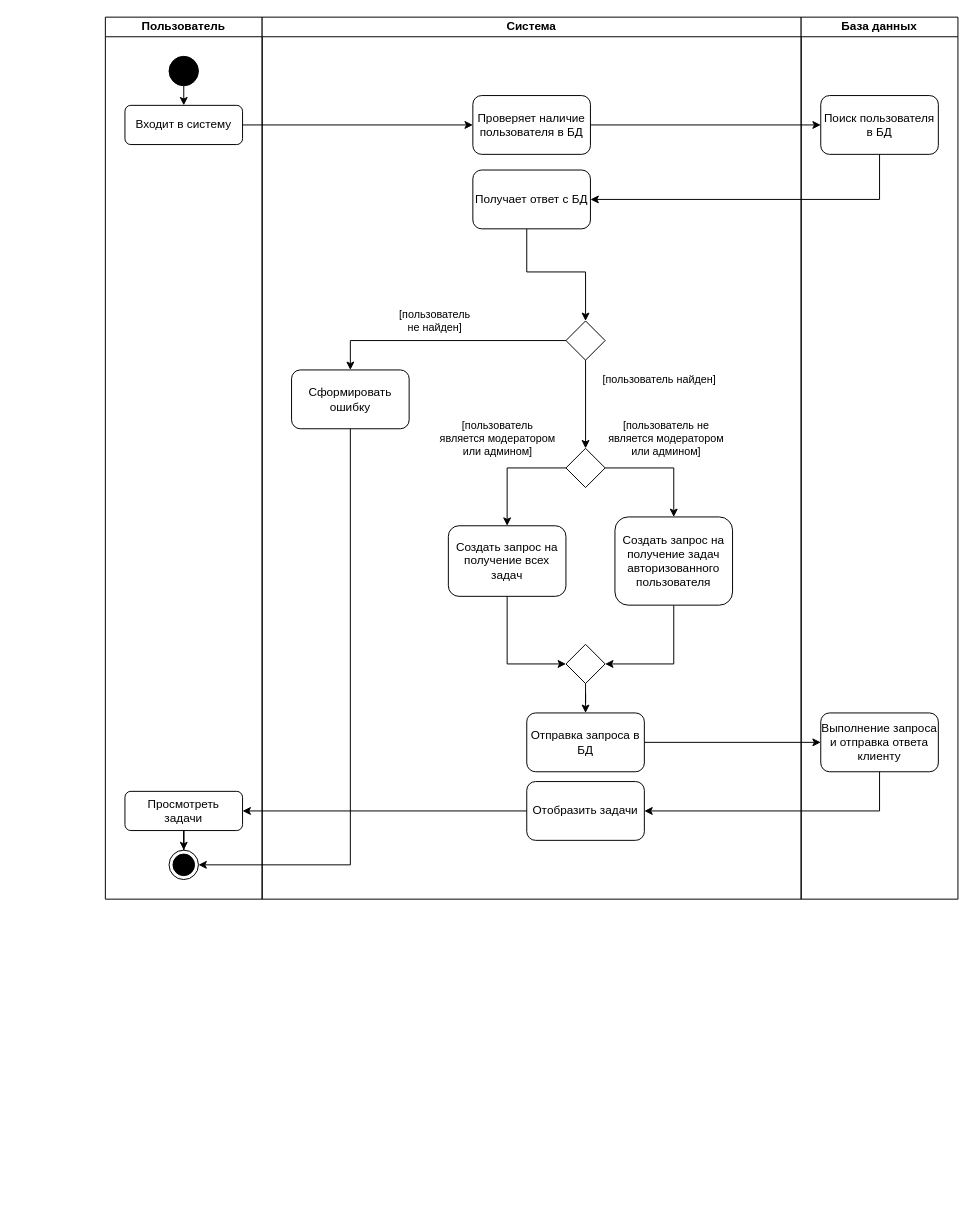
The draw.io diagram page "Диаграмма деятельности" (4 of 6) of UML/UML_diagrams.drawio in ktoToGdeTo/BachelorDiploma, before the edit. Source tidied: cells renumbered, new cells numbered last; positions are measured from the earlier drawing's top-left corner, leaving out a move shared by most shapes. Both pictures are drawn from the tidied source at 98%, with x=0, y=0 at pixel (105, 17).
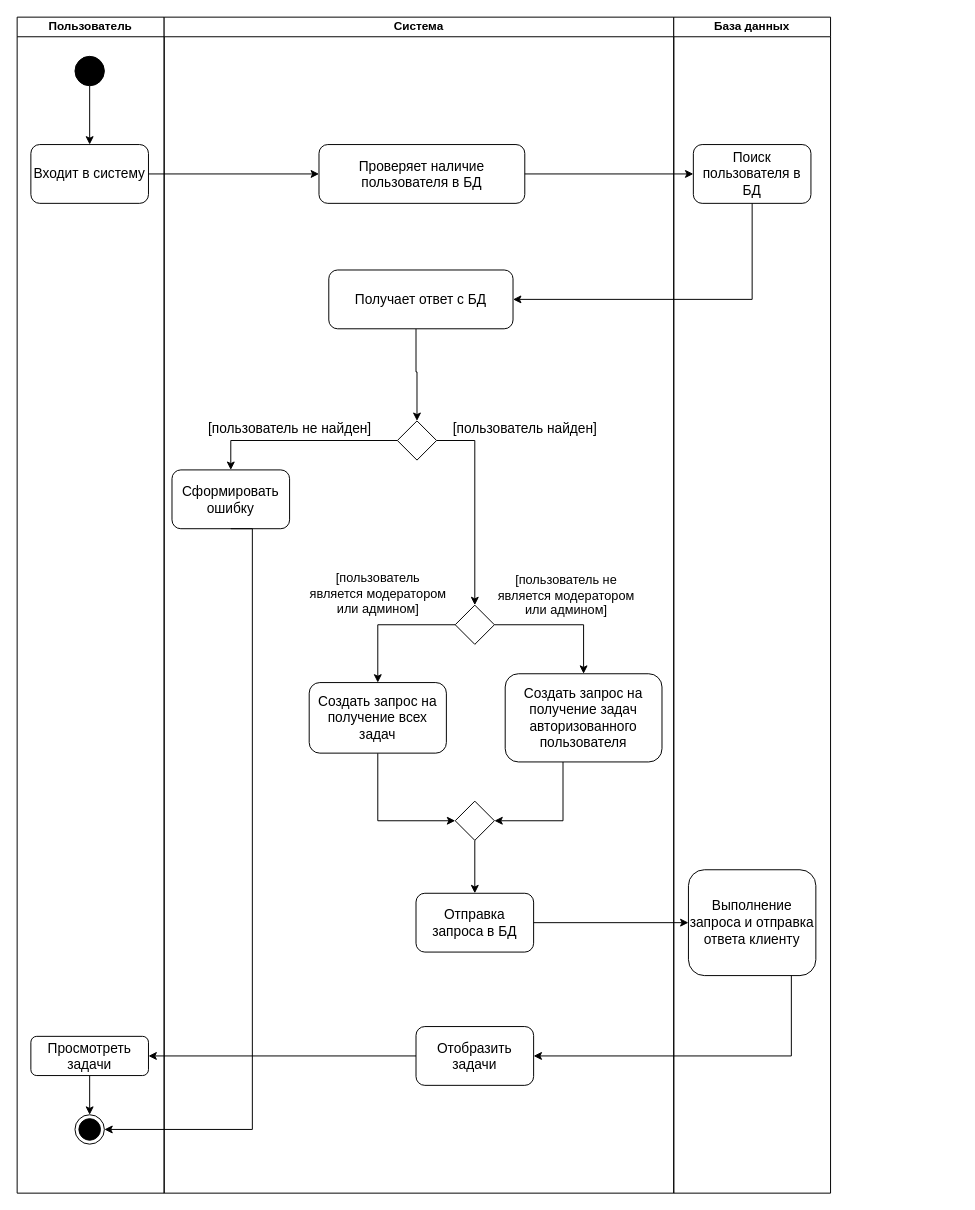
Above is the later version.

Diff of the diagram source:
```diff
@@
-    <mxCell id="2" value="Пользователь" style="swimlane;startSize=20;whiteSpace=wrap;html=1;" parent="1" vertex="1">
-      <mxGeometry width="160" height="900" as="geometry" />
+    <mxCell id="2" value="Пользователь" style="swimlane;startSize=20;whiteSpace=wrap;html=1;fontSize=12;" parent="1" vertex="1">
+      <mxGeometry x="-90" width="150" height="1200" as="geometry" />
     </mxCell>
+    <mxCell id="4" style="ellipse;fillColor=strokeColor;html=1;fontSize=14;" parent="2" vertex="1">
+      <mxGeometry x="59" y="40" width="30" height="30" as="geometry" />
+    </mxCell>
-    <mxCell id="3" style="edgeStyle=orthogonalEdgeStyle;rounded=0;jettySize=auto;html=1;exitX=0.5;exitY=1;exitDx=0;exitDy=0;entryX=0.5;entryY=0;entryDx=0;entryDy=0;" parent="2" edge="1" source="4" target="5">
+    <mxCell id="3" style="edgeStyle=orthogonalEdgeStyle;rounded=0;jettySize=auto;html=1;exitX=0.5;exitY=1;exitDx=0;exitDy=0;entryX=0.5;entryY=0;entryDx=0;entryDy=0;fontSize=14;" parent="2" edge="1" source="4" target="5">
       <mxGeometry relative="1" as="geometry" />
     </mxCell>
-    <mxCell id="4" style="ellipse;fillColor=strokeColor;html=1;" parent="2" vertex="1">
-      <mxGeometry x="65" y="40" width="30" height="30" as="geometry" />
-    </mxCell>
-    <mxCell id="5" value="Входит в систему" style="rounded=1;whiteSpace=wrap;html=1;" parent="2" vertex="1">
-      <mxGeometry x="20" y="90" width="120" height="40" as="geometry" />
+    <mxCell id="5" value="Входит в систему" style="rounded=1;whiteSpace=wrap;html=1;fontSize=14;spacing=4;" parent="2" vertex="1">
+      <mxGeometry x="14" y="130" width="120" height="60" as="geometry" />
     </mxCell>
-    <mxCell id="6" value="Просмотреть задачи" style="rounded=1;whiteSpace=wrap;html=1;spacing=4;" parent="2" vertex="1">
-      <mxGeometry x="20" y="790" width="120" height="40" as="geometry" />
+    <mxCell id="6" value="Просмотреть задачи" style="rounded=1;whiteSpace=wrap;html=1;spacing=4;fontSize=14;" parent="2" vertex="1">
+      <mxGeometry x="14" y="1040" width="120" height="40" as="geometry" />
     </mxCell>
-    <mxCell id="7" style="ellipse;html=1;shape=endState;fillColor=strokeColor;" parent="2" vertex="1">
-      <mxGeometry x="65" y="850" width="30" height="30" as="geometry" />
+    <mxCell id="7" style="ellipse;html=1;shape=endState;fillColor=strokeColor;fontSize=14;" parent="2" vertex="1">
+      <mxGeometry x="59" y="1120" width="30" height="30" as="geometry" />
     </mxCell>
-    <mxCell id="8" style="edgeStyle=orthogonalEdgeStyle;rounded=0;jettySize=auto;html=1;entryX=0.5;entryY=0;entryDx=0;entryDy=0;" parent="2" edge="1" source="6" target="7">
+    <mxCell id="8" style="edgeStyle=orthogonalEdgeStyle;rounded=0;jettySize=auto;html=1;entryX=0.5;entryY=0;entryDx=0;entryDy=0;fontSize=14;" parent="2" edge="1" source="6" target="7">
       <mxGeometry relative="1" as="geometry" />
     </mxCell>
-    <mxCell id="9" value="Система" style="swimlane;startSize=20;whiteSpace=wrap;html=1;" parent="1" vertex="1">
-      <mxGeometry x="160" width="550" height="900" as="geometry" />
+    <mxCell id="9" value="Система" style="swimlane;startSize=20;whiteSpace=wrap;html=1;fontSize=12;" parent="1" vertex="1">
+      <mxGeometry x="60" width="520" height="1200" as="geometry" />
     </mxCell>
-    <mxCell id="10" value="Проверяет наличие пользователя в БД" style="rounded=1;whiteSpace=wrap;html=1;" parent="9" vertex="1">
-      <mxGeometry x="215" y="80" width="120" height="60" as="geometry" />
-    </mxCell>
-    <mxCell id="11" style="edgeStyle=orthogonalEdgeStyle;rounded=0;jettySize=auto;html=1;entryX=0.5;entryY=0;entryDx=0;entryDy=0;" parent="9" edge="1" source="12" target="26">
+    <mxCell id="11" style="edgeStyle=orthogonalEdgeStyle;rounded=0;jettySize=auto;html=1;entryX=0.5;entryY=0;entryDx=0;entryDy=0;fontSize=14;" parent="9" edge="1" source="12" target="26">
       <mxGeometry relative="1" as="geometry">
         <Array as="points">
-          <mxPoint x="270" y="260" />
+          <mxPoint x="257" y="362" />
         </Array>
       </mxGeometry>
     </mxCell>
-    <mxCell id="12" value="Получает ответ с БД" style="rounded=1;whiteSpace=wrap;html=1;" parent="9" vertex="1">
-      <mxGeometry x="215" y="156" width="120" height="60" as="geometry" />
+    <mxCell id="12" value="Получает ответ с БД" style="rounded=1;whiteSpace=wrap;html=1;fontSize=14;" parent="9" vertex="1">
+      <mxGeometry x="168" y="258" width="188" height="60" as="geometry" />
     </mxCell>
-    <mxCell id="13" value="[пользователь&lt;div&gt;является модератором&lt;/div&gt;&lt;div&gt;или админом]&lt;/div&gt;" style="edgeStyle=orthogonalEdgeStyle;rounded=0;jettySize=auto;html=1;exitX=0;exitY=0.5;exitDx=0;exitDy=0;entryX=0.5;entryY=0;entryDx=0;entryDy=0;labelBackgroundColor=none;" parent="9" edge="1" source="15" target="17">
-      <mxGeometry x="0.01" y="-32" relative="1" as="geometry">
-        <mxPoint x="22" y="-30" as="offset" />
+    <mxCell id="13" value="[пользователь&lt;div&gt;является модератором&lt;/div&gt;&lt;div&gt;или админом]&lt;/div&gt;" style="edgeStyle=orthogonalEdgeStyle;rounded=0;jettySize=auto;html=1;exitX=0;exitY=0.5;exitDx=0;exitDy=0;entryX=0.5;entryY=0;entryDx=0;entryDy=0;labelBackgroundColor=none;fontSize=13;" parent="9" edge="1" source="15" target="17">
+      <mxGeometry x="0.15" y="-32" relative="1" as="geometry">
+        <mxPoint x="32" y="-32" as="offset" />
       </mxGeometry>
     </mxCell>
-    <mxCell id="14" value="&lt;br&gt;&lt;span style=&quot;color: rgb(0, 0, 0); font-family: Helvetica; font-size: 11px; font-style: normal; font-variant-ligatures: normal; font-variant-caps: normal; font-weight: 400; letter-spacing: normal; orphans: 2; text-align: center; text-indent: 0px; text-transform: none; widows: 2; word-spacing: 0px; -webkit-text-stroke-width: 0px; white-space: nowrap; text-decoration-thickness: initial; text-decoration-style: initial; text-decoration-color: initial; float: none; display: inline !important;&quot;&gt;[пользователь не&lt;/span&gt;&lt;div style=&quot;forced-color-adjust: none; color: rgb(0, 0, 0); font-family: Helvetica; font-size: 11px; font-style: normal; font-variant-ligatures: normal; font-variant-caps: normal; font-weight: 400; letter-spacing: normal; orphans: 2; text-align: center; text-indent: 0px; text-transform: none; widows: 2; word-spacing: 0px; -webkit-text-stroke-width: 0px; white-space: nowrap; text-decoration-thickness: initial; text-decoration-style: initial; text-decoration-color: initial;&quot;&gt;является модератором&lt;/div&gt;&lt;div style=&quot;forced-color-adjust: none; color: rgb(0, 0, 0); font-family: Helvetica; font-size: 11px; font-style: normal; font-variant-ligatures: normal; font-variant-caps: normal; font-weight: 400; letter-spacing: normal; orphans: 2; text-align: center; text-indent: 0px; text-transform: none; widows: 2; word-spacing: 0px; -webkit-text-stroke-width: 0px; white-space: nowrap; text-decoration-thickness: initial; text-decoration-style: initial; text-decoration-color: initial;&quot;&gt;или админом]&lt;/div&gt;&lt;div&gt;&lt;br/&gt;&lt;/div&gt;" style="edgeStyle=orthogonalEdgeStyle;rounded=0;jettySize=auto;html=1;exitX=1;exitY=0.5;exitDx=0;exitDy=0;entryX=0.5;entryY=0;entryDx=0;entryDy=0;labelBackgroundColor=none;" parent="9" edge="1" source="15" target="19">
+    <mxCell id="14" value="&lt;br&gt;&lt;span style=&quot;color: rgb(0, 0, 0); font-family: Helvetica; font-style: normal; font-variant-ligatures: normal; font-variant-caps: normal; font-weight: 400; letter-spacing: normal; orphans: 2; text-align: center; text-indent: 0px; text-transform: none; widows: 2; word-spacing: 0px; -webkit-text-stroke-width: 0px; white-space: nowrap; text-decoration-thickness: initial; text-decoration-style: initial; text-decoration-color: initial; float: none; display: inline !important;&quot;&gt;[пользователь не&lt;/span&gt;&lt;div style=&quot;forced-color-adjust: none; color: rgb(0, 0, 0); font-family: Helvetica; font-style: normal; font-variant-ligatures: normal; font-variant-caps: normal; font-weight: 400; letter-spacing: normal; orphans: 2; text-align: center; text-indent: 0px; text-transform: none; widows: 2; word-spacing: 0px; -webkit-text-stroke-width: 0px; white-space: nowrap; text-decoration-thickness: initial; text-decoration-style: initial; text-decoration-color: initial;&quot;&gt;является модератором&lt;/div&gt;&lt;div style=&quot;forced-color-adjust: none; color: rgb(0, 0, 0); font-family: Helvetica; font-style: normal; font-variant-ligatures: normal; font-variant-caps: normal; font-weight: 400; letter-spacing: normal; orphans: 2; text-align: center; text-indent: 0px; text-transform: none; widows: 2; word-spacing: 0px; -webkit-text-stroke-width: 0px; white-space: nowrap; text-decoration-thickness: initial; text-decoration-style: initial; text-decoration-color: initial;&quot;&gt;или админом]&lt;/div&gt;&lt;div&gt;&lt;br&gt;&lt;/div&gt;" style="edgeStyle=orthogonalEdgeStyle;rounded=0;jettySize=auto;html=1;exitX=1;exitY=0.5;exitDx=0;exitDy=0;entryX=0.5;entryY=0;entryDx=0;entryDy=0;labelBackgroundColor=none;fontSize=13;" parent="9" edge="1" source="15" target="19">
       <mxGeometry x="0.03" y="30" relative="1" as="geometry" />
     </mxCell>
-    <mxCell id="15" style="rhombus;whiteSpace=wrap;html=1;" parent="9" vertex="1">
-      <mxGeometry x="310" y="440" width="40" height="40" as="geometry" />
+    <mxCell id="15" style="rhombus;whiteSpace=wrap;html=1;fontSize=14;" parent="9" vertex="1">
+      <mxGeometry x="297" y="600" width="40" height="40" as="geometry" />
     </mxCell>
-    <mxCell id="16" style="edgeStyle=orthogonalEdgeStyle;rounded=0;jettySize=auto;html=1;entryX=0;entryY=0.5;entryDx=0;entryDy=0;" parent="9" edge="1" source="17" target="21">
-      <mxGeometry relative="1" as="geometry" />
+    <mxCell id="16" style="edgeStyle=orthogonalEdgeStyle;rounded=0;jettySize=auto;html=1;entryX=0;entryY=0.5;entryDx=0;entryDy=0;fontSize=14;" parent="9" edge="1" source="17" target="21">
+      <mxGeometry relative="1" as="geometry">
+        <Array as="points">
+          <mxPoint x="218" y="820" />
+        </Array>
+      </mxGeometry>
     </mxCell>
-    <mxCell id="17" value="Создать запрос на получение всех задач" style="rounded=1;whiteSpace=wrap;html=1;" parent="9" vertex="1">
-      <mxGeometry x="190" y="519" width="120" height="72" as="geometry" />
+    <mxCell id="17" value="Создать запрос на получение всех задач" style="rounded=1;whiteSpace=wrap;html=1;fontSize=14;" parent="9" vertex="1">
+      <mxGeometry x="148" y="679" width="140" height="72" as="geometry" />
     </mxCell>
-    <mxCell id="18" style="edgeStyle=orthogonalEdgeStyle;rounded=0;jettySize=auto;html=1;entryX=1;entryY=0.5;entryDx=0;entryDy=0;" parent="9" edge="1" source="19" target="21">
+    <mxCell id="18" style="edgeStyle=orthogonalEdgeStyle;rounded=0;jettySize=auto;html=1;entryX=1;entryY=0.5;entryDx=0;entryDy=0;fontSize=14;" parent="9" edge="1" source="19" target="21">
       <mxGeometry relative="1" as="geometry">
         <Array as="points">
-          <mxPoint x="420" y="660" />
+          <mxPoint x="407" y="820" />
         </Array>
       </mxGeometry>
     </mxCell>
-    <mxCell id="19" value="Создать запрос на получение задач авторизованного пользователя" style="rounded=1;whiteSpace=wrap;html=1;" parent="9" vertex="1">
-      <mxGeometry x="360" y="510" width="120" height="90" as="geometry" />
+    <mxCell id="19" value="Создать запрос на получение задач авторизованного пользователя" style="rounded=1;whiteSpace=wrap;html=1;fontSize=14;" parent="9" vertex="1">
+      <mxGeometry x="348" y="670" width="160" height="90" as="geometry" />
     </mxCell>
-    <mxCell id="20" style="edgeStyle=orthogonalEdgeStyle;rounded=0;jettySize=auto;html=1;entryX=0.5;entryY=0;entryDx=0;entryDy=0;" parent="9" edge="1" source="21" target="23">
+    <mxCell id="20" style="edgeStyle=orthogonalEdgeStyle;rounded=0;jettySize=auto;html=1;entryX=0.5;entryY=0;entryDx=0;entryDy=0;fontSize=14;" parent="9" edge="1" source="21" target="23">
       <mxGeometry relative="1" as="geometry" />
     </mxCell>
-    <mxCell id="21" style="rhombus;whiteSpace=wrap;html=1;" parent="9" vertex="1">
-      <mxGeometry x="310" y="640" width="40" height="40" as="geometry" />
+    <mxCell id="21" style="rhombus;whiteSpace=wrap;html=1;fontSize=14;" parent="9" vertex="1">
+      <mxGeometry x="297" y="800" width="40" height="40" as="geometry" />
     </mxCell>
-    <mxCell id="22" value="Отобразить задачи" style="rounded=1;whiteSpace=wrap;html=1;" parent="9" vertex="1">
-      <mxGeometry x="270" y="780" width="120" height="60" as="geometry" />
+    <mxCell id="22" value="Отобразить задачи" style="rounded=1;whiteSpace=wrap;html=1;fontSize=14;" parent="9" vertex="1">
+      <mxGeometry x="257" y="1030" width="120" height="60" as="geometry" />
     </mxCell>
-    <mxCell id="23" value="Отправка запроса в БД" style="rounded=1;whiteSpace=wrap;html=1;" parent="9" vertex="1">
-      <mxGeometry x="270" y="710" width="120" height="60" as="geometry" />
+    <mxCell id="23" value="Отправка запроса в БД" style="rounded=1;whiteSpace=wrap;html=1;fontSize=14;" parent="9" vertex="1">
+      <mxGeometry x="257" y="894" width="120" height="60" as="geometry" />
     </mxCell>
-    <mxCell id="24" value="[пользователь&amp;nbsp;&lt;span style=&quot;background-color: light-dark(#ffffff, var(--ge-dark-color, #121212)); color: light-dark(rgb(0, 0, 0), rgb(255, 255, 255));&quot;&gt;найден]&lt;/span&gt;" style="edgeStyle=orthogonalEdgeStyle;rounded=0;jettySize=auto;html=1;entryX=0.5;entryY=0;entryDx=0;entryDy=0;" parent="9" edge="1" source="26" target="15">
-      <mxGeometry x="-0.56" y="75" relative="1" as="geometry" />
+    <mxCell id="24" value="[пользователь&amp;nbsp;&lt;span style=&quot;background-color: light-dark(#ffffff, var(--ge-dark-color, #121212)); color: light-dark(rgb(0, 0, 0), rgb(255, 255, 255));&quot;&gt;найден]&lt;/span&gt;" style="edgeStyle=orthogonalEdgeStyle;rounded=0;jettySize=auto;html=1;entryX=0.5;entryY=0;entryDx=0;entryDy=0;fontSize=14;" parent="9" edge="1" source="26" target="15">
+      <mxGeometry x="-0.62" y="52" relative="1" as="geometry">
+        <mxPoint x="-1" y="-12" as="offset" />
+      </mxGeometry>
     </mxCell>
-    <mxCell id="25" value="[пользователь&lt;div&gt;не найден]&lt;/div&gt;" style="edgeStyle=orthogonalEdgeStyle;rounded=0;jettySize=auto;html=1;entryX=0.5;entryY=0;entryDx=0;entryDy=0;" parent="9" edge="1" source="26" target="27">
-      <mxGeometry x="0.07" y="-20" relative="1" as="geometry" />
+    <mxCell id="25" value="[пользователь&amp;nbsp;&lt;span style=&quot;background-color: light-dark(#ffffff, var(--ge-dark-color, #121212)); color: light-dark(rgb(0, 0, 0), rgb(255, 255, 255));&quot;&gt;не найден]&lt;/span&gt;" style="edgeStyle=orthogonalEdgeStyle;rounded=0;jettySize=auto;html=1;entryX=0.5;entryY=0;entryDx=0;entryDy=0;fontSize=14;" parent="9" edge="1" source="26" target="27">
+      <mxGeometry x="0.1" y="-12" relative="1" as="geometry" />
     </mxCell>
-    <mxCell id="26" style="rhombus;whiteSpace=wrap;html=1;" parent="9" vertex="1">
-      <mxGeometry x="310" y="310" width="40" height="40" as="geometry" />
+    <mxCell id="26" style="rhombus;whiteSpace=wrap;html=1;fontSize=14;" parent="9" vertex="1">
+      <mxGeometry x="238" y="412" width="40" height="40" as="geometry" />
     </mxCell>
-    <mxCell id="27" value="Сформировать ошибку" style="rounded=1;whiteSpace=wrap;html=1;" parent="9" vertex="1">
-      <mxGeometry x="30" y="360" width="120" height="60" as="geometry" />
+    <mxCell id="27" value="Сформировать ошибку" style="rounded=1;whiteSpace=wrap;html=1;fontSize=14;" parent="9" vertex="1">
+      <mxGeometry x="8" y="462" width="120" height="60" as="geometry" />
     </mxCell>
+    <mxCell id="10" value="Проверяет наличие пользователя в БД" style="rounded=1;whiteSpace=wrap;html=1;fontSize=14;" parent="9" vertex="1">
+      <mxGeometry x="158" y="130" width="210" height="60" as="geometry" />
+    </mxCell>
-    <mxCell id="28" value="База данных" style="swimlane;startSize=20;whiteSpace=wrap;html=1;" parent="1" vertex="1">
-      <mxGeometry x="710" width="160" height="900" as="geometry" />
+    <mxCell id="28" value="База данных" style="swimlane;startSize=20;whiteSpace=wrap;html=1;fontSize=12;" parent="1" vertex="1">
+      <mxGeometry x="580" width="160" height="1200" as="geometry" />
     </mxCell>
-    <mxCell id="29" value="Поиск пользователя в БД" style="rounded=1;whiteSpace=wrap;html=1;spacing=4;" parent="28" vertex="1">
-      <mxGeometry x="20" y="80" width="120" height="60" as="geometry" />
+    <mxCell id="29" value="Поиск пользователя в БД" style="rounded=1;whiteSpace=wrap;html=1;spacing=4;fontSize=14;" parent="28" vertex="1">
+      <mxGeometry x="20" y="130" width="120" height="60" as="geometry" />
     </mxCell>
-    <mxCell id="30" value="Выполнение запроса и отправка ответа клиенту" style="rounded=1;whiteSpace=wrap;html=1;" parent="28" vertex="1">
-      <mxGeometry x="20" y="710" width="120" height="60" as="geometry" />
+    <mxCell id="30" value="Выполнение запроса и отправка ответа клиенту" style="rounded=1;whiteSpace=wrap;html=1;fontSize=14;" parent="28" vertex="1">
+      <mxGeometry x="15" y="870" width="130" height="108" as="geometry" />
     </mxCell>
+    <mxCell id="33" style="edgeStyle=orthogonalEdgeStyle;rounded=0;jettySize=auto;html=1;exitX=0.5;exitY=1;exitDx=0;exitDy=0;entryX=1;entryY=0.5;entryDx=0;entryDy=0;fontSize=14;" parent="1" edge="1" source="29" target="12">
+      <mxGeometry relative="1" as="geometry" />
+    </mxCell>
+    <mxCell id="34" style="edgeStyle=orthogonalEdgeStyle;rounded=0;jettySize=auto;html=1;entryX=1;entryY=0.5;entryDx=0;entryDy=0;fontSize=14;" parent="1" edge="1" source="22" target="6">
+      <mxGeometry relative="1" as="geometry" />
+    </mxCell>
+    <mxCell id="37" style="edgeStyle=orthogonalEdgeStyle;rounded=0;jettySize=auto;html=1;entryX=1;entryY=0.5;entryDx=0;entryDy=0;fontSize=14;" parent="1" edge="1" source="30" target="22">
+      <mxGeometry relative="1" as="geometry">
+        <Array as="points">
+          <mxPoint x="700" y="1060" />
+        </Array>
+      </mxGeometry>
+    </mxCell>
+    <mxCell id="36" style="edgeStyle=orthogonalEdgeStyle;rounded=0;jettySize=auto;html=1;entryX=0;entryY=0.5;entryDx=0;entryDy=0;fontSize=14;" parent="1" edge="1" source="23" target="30">
+      <mxGeometry relative="1" as="geometry" />
+    </mxCell>
+    <mxCell id="35" style="edgeStyle=orthogonalEdgeStyle;rounded=0;jettySize=auto;html=1;entryX=1;entryY=0.5;entryDx=0;entryDy=0;exitX=0.5;exitY=1;exitDx=0;exitDy=0;fontSize=14;" parent="1" edge="1" source="27" target="7">
+      <mxGeometry relative="1" as="geometry">
+        <Array as="points">
+          <mxPoint x="150" y="1135" />
+        </Array>
+      </mxGeometry>
+    </mxCell>
-    <mxCell id="31" style="edgeStyle=orthogonalEdgeStyle;rounded=0;jettySize=auto;html=1;exitX=1;exitY=0.5;exitDx=0;exitDy=0;entryX=0;entryY=0.5;entryDx=0;entryDy=0;" parent="1" edge="1" source="5" target="10">
+    <mxCell id="31" style="edgeStyle=orthogonalEdgeStyle;rounded=0;jettySize=auto;html=1;exitX=1;exitY=0.5;exitDx=0;exitDy=0;entryX=0;entryY=0.5;entryDx=0;entryDy=0;fontSize=14;" parent="1" edge="1" source="5" target="10">
       <mxGeometry relative="1" as="geometry" />
     </mxCell>
-    <mxCell id="32" style="edgeStyle=orthogonalEdgeStyle;rounded=0;jettySize=auto;html=1;entryX=0;entryY=0.5;entryDx=0;entryDy=0;" parent="1" edge="1" source="10" target="29">
+    <mxCell id="32" style="edgeStyle=orthogonalEdgeStyle;rounded=0;jettySize=auto;html=1;entryX=0;entryY=0.5;entryDx=0;entryDy=0;fontSize=14;" parent="1" edge="1" source="10" target="29">
       <mxGeometry relative="1" as="geometry" />
     </mxCell>
-    <mxCell id="33" style="edgeStyle=orthogonalEdgeStyle;rounded=0;jettySize=auto;html=1;exitX=0.5;exitY=1;exitDx=0;exitDy=0;entryX=1;entryY=0.5;entryDx=0;entryDy=0;" parent="1" edge="1" source="29" target="12">
-      <mxGeometry relative="1" as="geometry" />
-    </mxCell>
-    <mxCell id="34" style="edgeStyle=orthogonalEdgeStyle;rounded=0;jettySize=auto;html=1;entryX=1;entryY=0.5;entryDx=0;entryDy=0;" parent="1" edge="1" source="22" target="6">
-      <mxGeometry relative="1" as="geometry" />
-    </mxCell>
-    <mxCell id="35" style="edgeStyle=orthogonalEdgeStyle;rounded=0;jettySize=auto;html=1;entryX=1;entryY=0.5;entryDx=0;entryDy=0;exitX=0.5;exitY=1;exitDx=0;exitDy=0;" parent="1" edge="1" source="27" target="7">
-      <mxGeometry relative="1" as="geometry">
-        <Array as="points">
-          <mxPoint x="250" y="865" />
-        </Array>
-      </mxGeometry>
-    </mxCell>
-    <mxCell id="36" style="edgeStyle=orthogonalEdgeStyle;rounded=0;jettySize=auto;html=1;entryX=0;entryY=0.5;entryDx=0;entryDy=0;" parent="1" edge="1" source="23" target="30">
-      <mxGeometry relative="1" as="geometry" />
-    </mxCell>
-    <mxCell id="37" style="edgeStyle=orthogonalEdgeStyle;rounded=0;jettySize=auto;html=1;entryX=1;entryY=0.5;entryDx=0;entryDy=0;" parent="1" edge="1" source="30" target="22">
-      <mxGeometry relative="1" as="geometry">
-        <Array as="points">
-          <mxPoint x="790" y="810" />
-        </Array>
-      </mxGeometry>
-    </mxCell>
```
